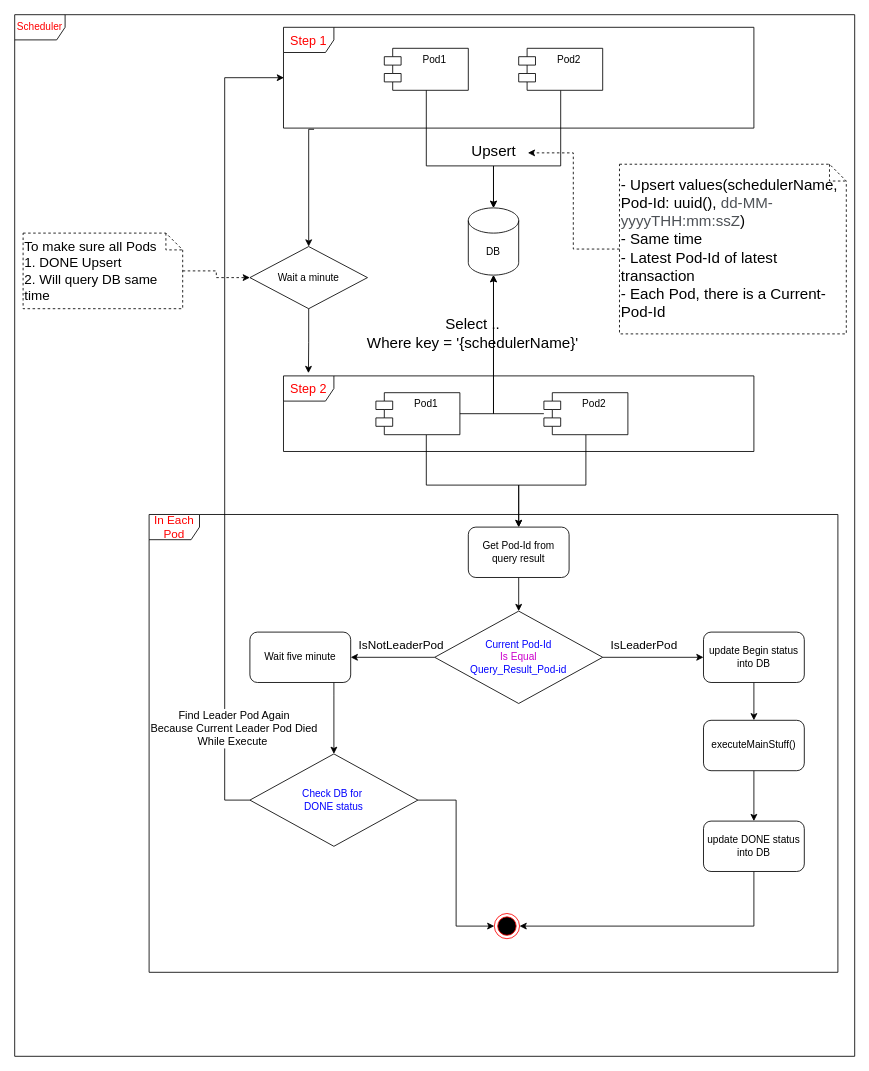
lnsbinh/rule-charts keeps this draw.io diagram as Leader election.drawio. Above is the earlier version. Source tidied: cells renumbered, new cells numbered last; positions are measured from the earlier drawing's top-left corner, leaving out a move shared by most shapes. Both pictures are drawn from the tidied source at 84%, with x=0, y=0 at pixel (14, 14).
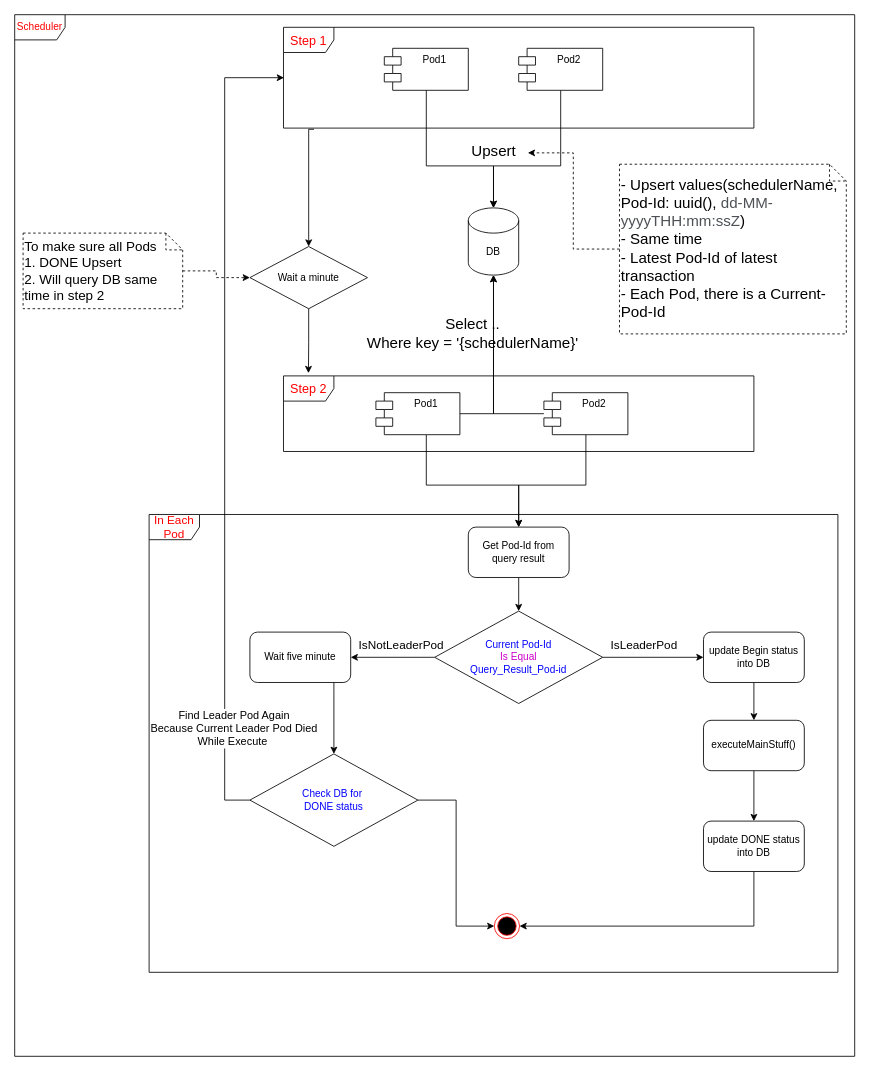
After the change.

The edit, as a diff of the source:
```diff
@@
-    <mxCell id="35" value="&lt;div style=&quot;font-size: 16px;&quot;&gt;To make sure all Pods&lt;br&gt;1. DONE Upsert&lt;br&gt;2. Will query DB same time&lt;/div&gt;" style="shape=note;size=20;whiteSpace=wrap;html=1;align=left;dashed=1;" parent="1" vertex="1">
+    <mxCell id="35" value="&lt;div style=&quot;font-size: 16px;&quot;&gt;To make sure all Pods&lt;br&gt;1. DONE Upsert&lt;br&gt;2. Will query DB same time in step 2&lt;/div&gt;" style="shape=note;size=20;whiteSpace=wrap;html=1;align=left;dashed=1;" parent="1" vertex="1">
       <mxGeometry x="10" y="260" width="190" height="90" as="geometry" />
     </mxCell>
```
